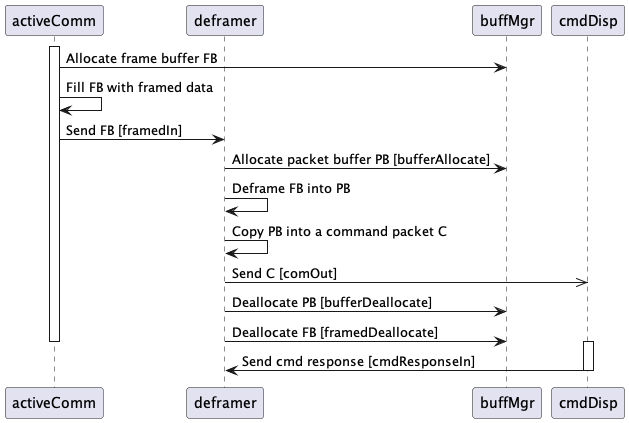
The PlantUML diagram Svc/Deframer/docs/img/sequence-diagrams/active-cmd-packet.png in nasa/fprime, before a commit.
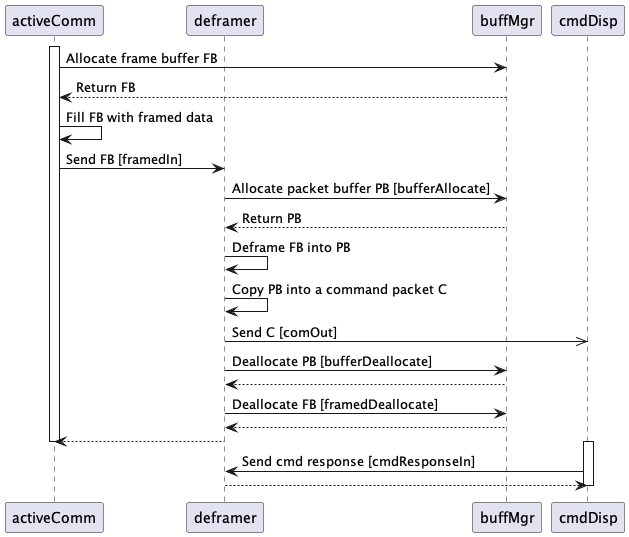
The same diagram one commit later.

Commit message:
Revise Deframer SDD

Change to the diagram source:
```diff
@@ -8,20 +8,31 @@
 activate activeComm
 
 activeComm -> buffMgr: Allocate frame buffer FB
+buffMgr --> activeComm: Return FB
+
 activeComm -> activeComm: Fill FB with framed data
 activeComm -> deframer: Send FB [framedIn]
 
 deframer -> buffMgr: Allocate packet buffer PB [bufferAllocate]
+buffMgr --> deframer: Return PB
+
 deframer -> deframer: Deframe FB into PB
 deframer -> deframer: Copy PB into a command packet C
 deframer ->> cmdDisp: Send C [comOut]
+
 deframer -> buffMgr: Deallocate PB [bufferDeallocate]
+buffMgr --> deframer
+
 deframer -> buffMgr: Deallocate FB [framedDeallocate]
+buffMgr --> deframer
+
+deframer --> activeComm
 
 deactivate activeComm
 
 activate cmdDisp
 cmdDisp -> deframer: Send cmd response [cmdResponseIn]
+deframer --> cmdDisp
 deactivate cmdDisp
 
 @enduml
```
